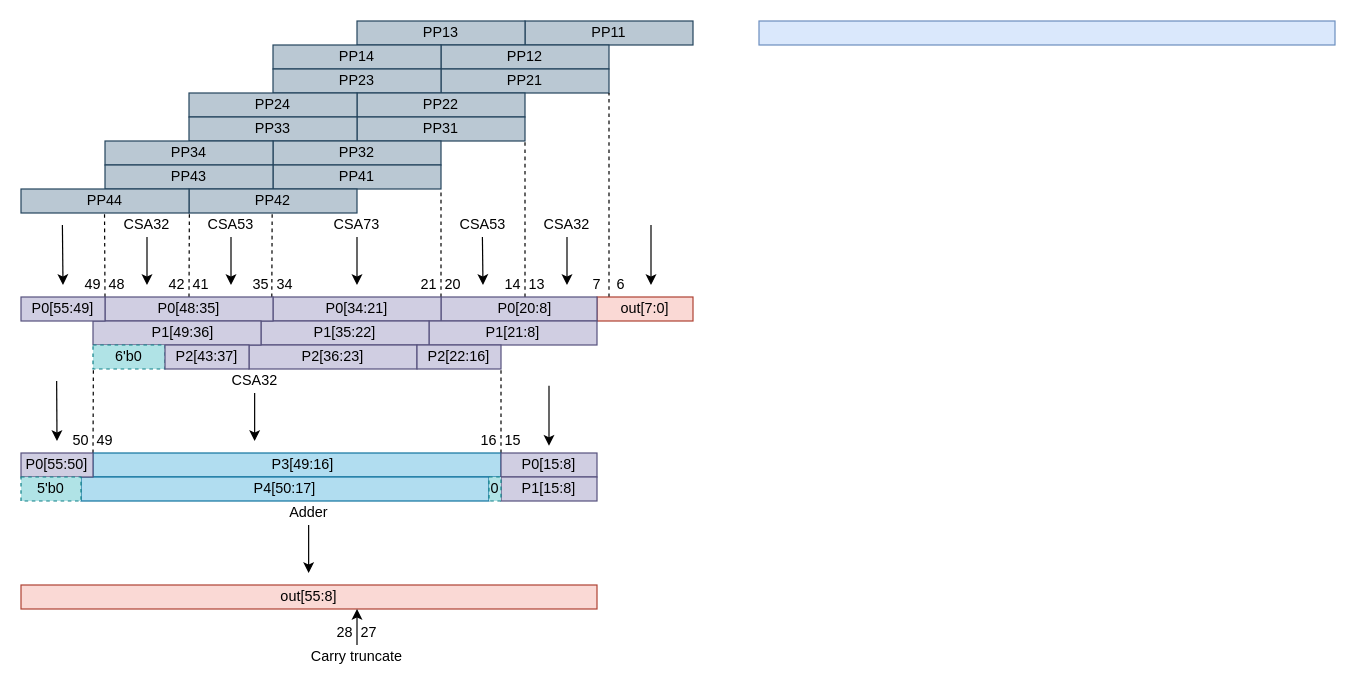
This is diagram/MatissaWallaceTree.drawio from brsf11/Posit-FMAU, a draw.io file, before an edit. Source tidied: cells renumbered, new cells numbered last; positions are measured from the earlier drawing's top-left corner, leaving out a move shared by most shapes. Both pictures are drawn from the tidied source at 120%, with x=0, y=0 at pixel (20, 20).
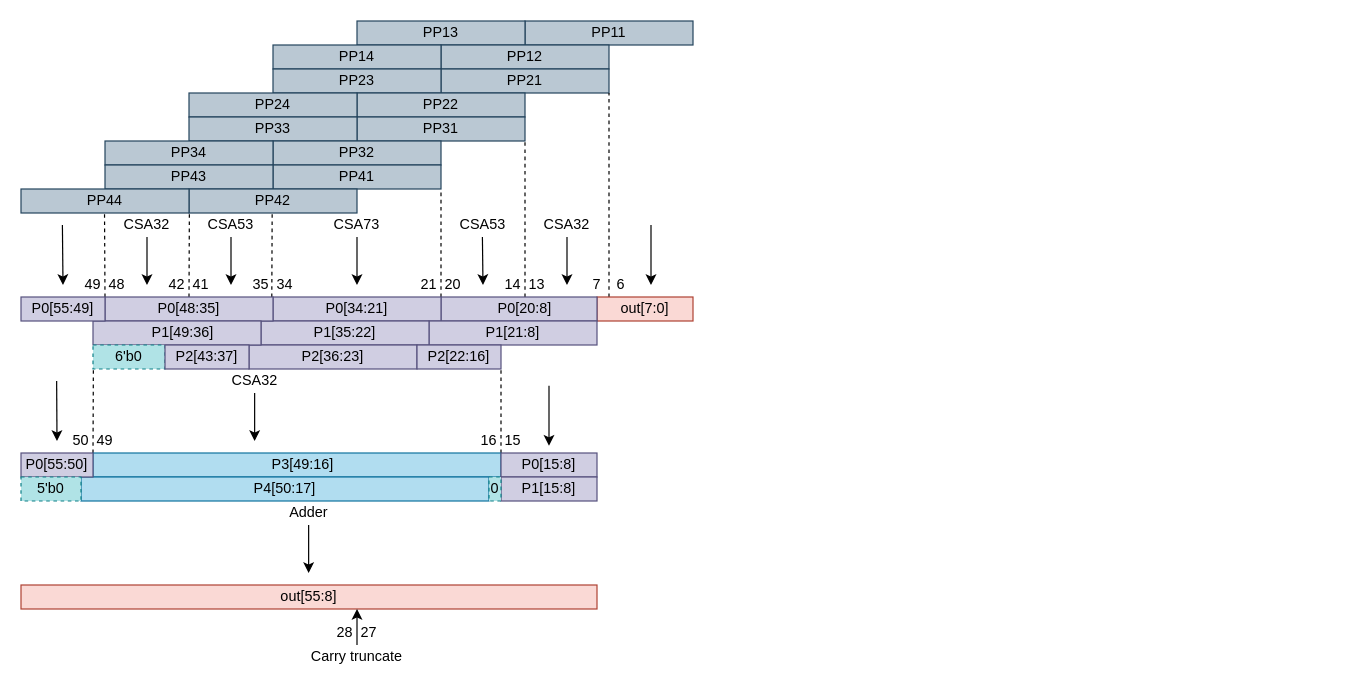
After the change.

Commit message (it also covers changes not shown here):
finish matissa multiplier

The edit, as a diff of the source:
```diff
@@
-    <mxCell id="119" style="rounded=0;whiteSpace=wrap;html=1;fillColor=#dae8fc;strokeColor=#6c8ebf;" parent="1" vertex="1">
-      <mxGeometry x="615" width="480" height="20" as="geometry" />
-    </mxCell>
```
